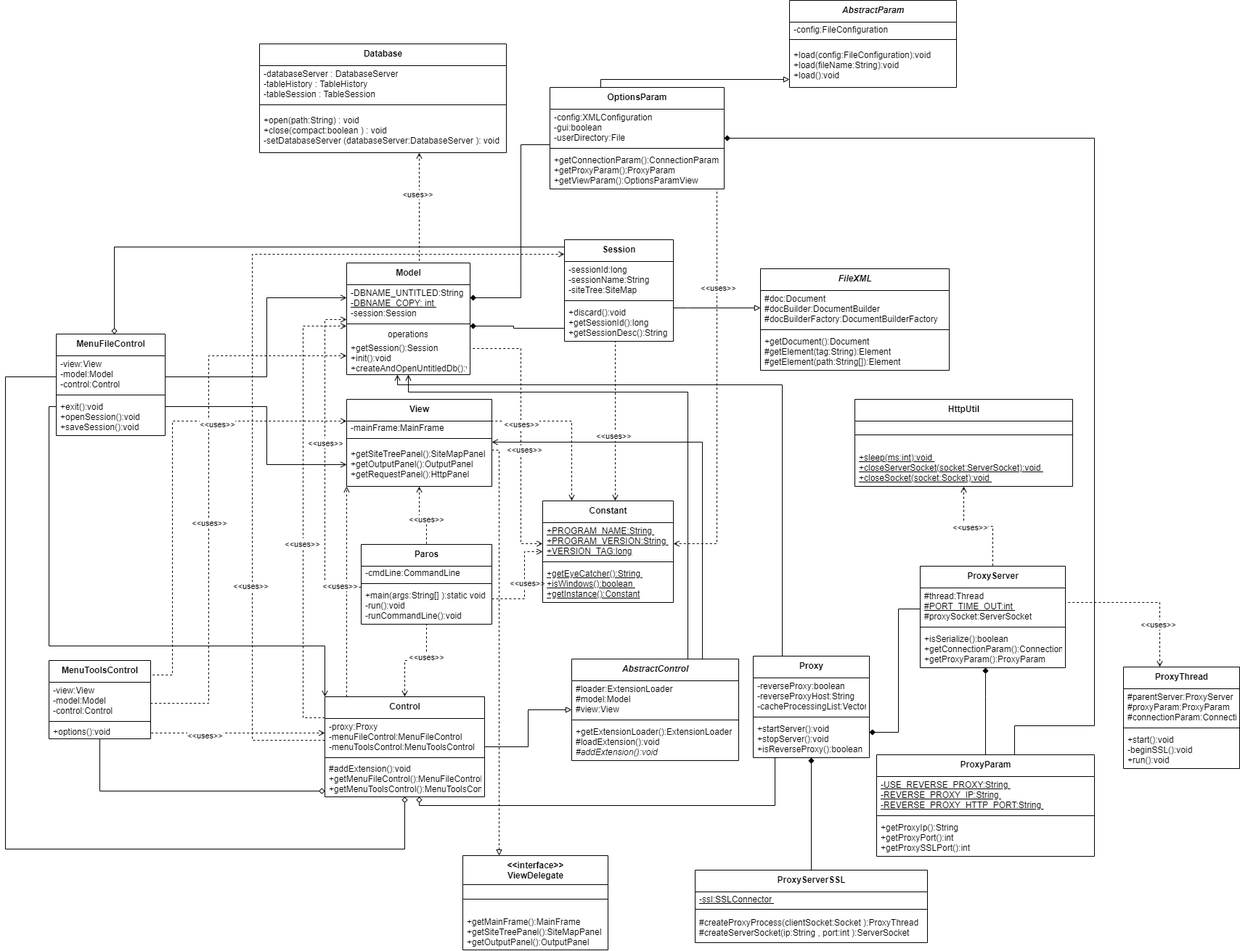
This is lab_uml/Paros Class diagram.drawio.png from pholpaphankorn/softarch, a draw.io export, as it was before one commit. Source tidied: cells renumbered, new cells last; positions are measured from the earlier drawing's top-left corner, leaving out a move shared by most shapes.
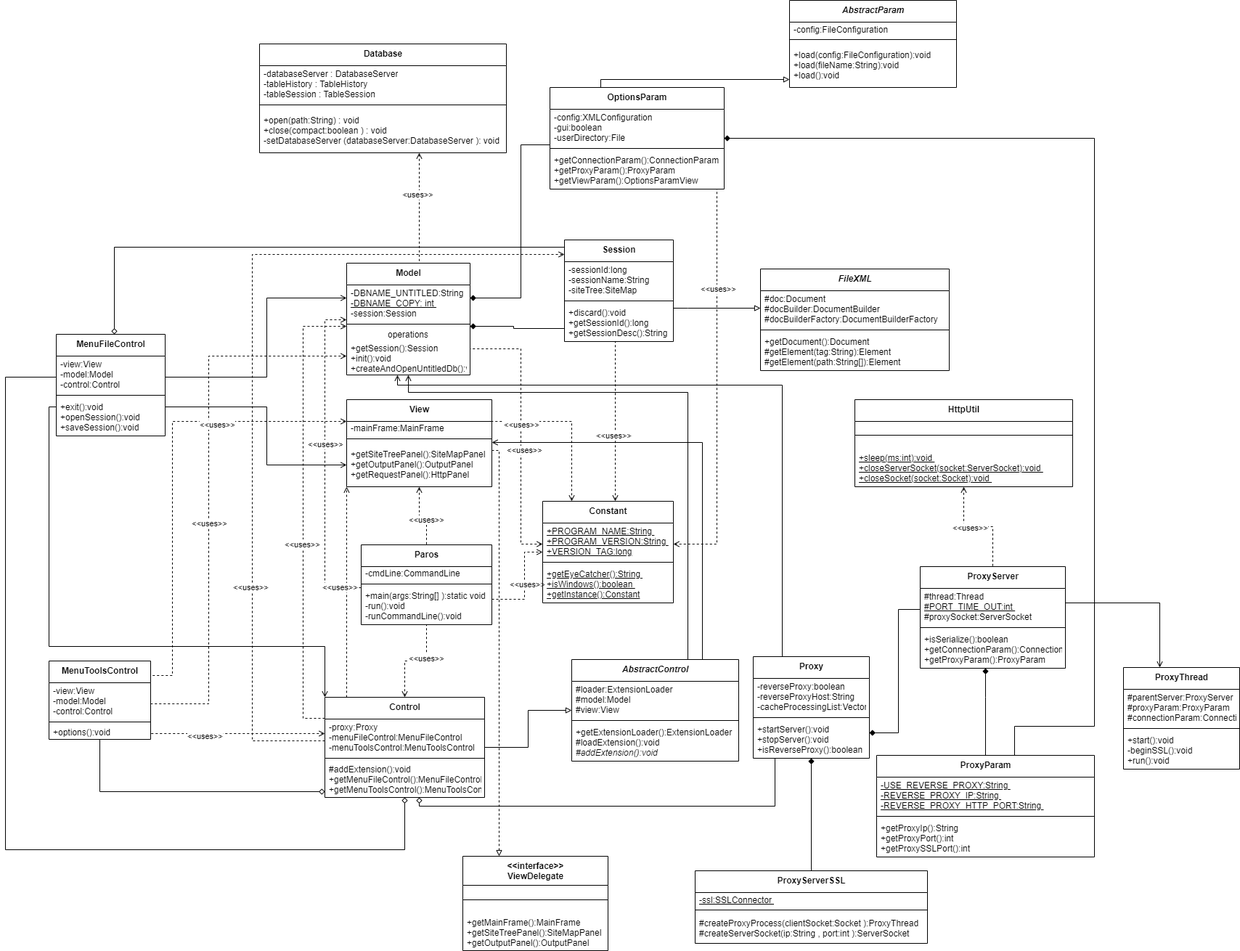
The same file after the commit.

The edit, as a diff of the source:
```diff
@@ -430,16 +430,13 @@
     <mxCell id="99" value="&lt;div&gt;+getProxyIp():String&amp;nbsp;&lt;/div&gt;&lt;div&gt;+getProxyPort():int&amp;nbsp;&lt;/div&gt;&lt;div&gt;+getProxySSLPort():int&amp;nbsp;&lt;/div&gt;" style="text;html=1;strokeColor=none;fillColor=none;align=left;verticalAlign=middle;spacingLeft=4;spacingRight=4;overflow=hidden;" parent="96" vertex="1">
       <mxGeometry y="88" width="300" height="52" as="geometry" />
     </mxCell>
-    <mxCell id="100" style="edgeStyle=orthogonalEdgeStyle;rounded=0;jettySize=auto;html=1;startArrow=open;startFill=0;endArrow=none;endFill=0;dashed=1;" parent="1" edge="1" source="102" target="87">
+    <mxCell id="100" style="edgeStyle=orthogonalEdgeStyle;rounded=0;jettySize=auto;html=1;startArrow=open;startFill=0;endArrow=none;endFill=0;" parent="1" edge="1" source="102" target="87">
       <mxGeometry relative="1" as="geometry">
         <Array as="points">
           <mxPoint x="1590" y="830" />
         </Array>
       </mxGeometry>
     </mxCell>
-    <mxCell id="101" value="&amp;lt;&amp;lt;uses&amp;gt;&amp;gt;" style="edgeLabel;html=1;align=center;verticalAlign=middle;" parent="100" vertex="1">
-      <mxGeometry x="-0.46" y="3" relative="1" as="geometry" />
-    </mxCell>
     <mxCell id="102" value="&lt;span style=&quot;font-weight: 700&quot;&gt;ProxyThread&lt;/span&gt;" style="swimlane;fontStyle=0;align=center;verticalAlign=top;horizontal=1;startSize=30;html=1;" parent="1" vertex="1">
       <mxGeometry x="1540" y="919" width="160" height="140" as="geometry" />
     </mxCell>
```
